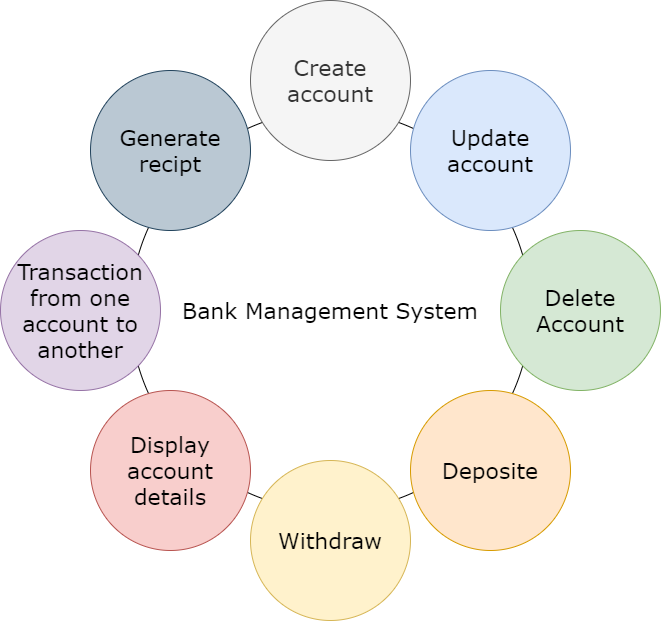
Earlier version of the draw.io export 1_Requirements/system.png (priyankabb153/LTTS_Mini_project). Source tidied: cells renumbered, new cells last; positions are measured from the earlier drawing's top-left corner, leaving out a move shared by most shapes.
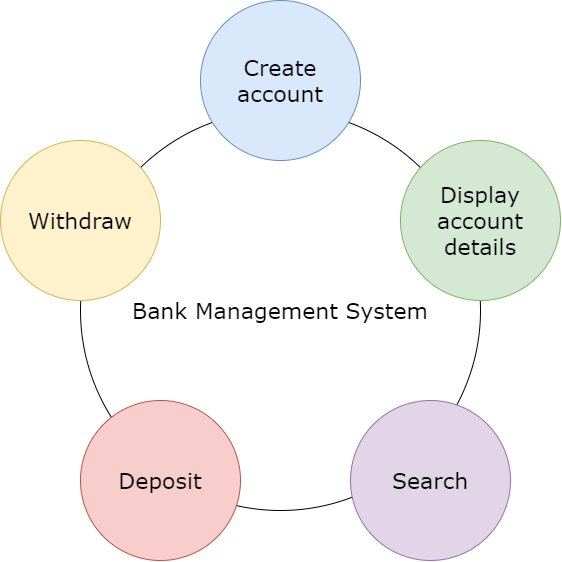
After the commit.

Commit message:
system  diagram updated

The edit, as a diff of the source:
```diff
@@ -5,29 +5,20 @@
     <mxCell id="2" value="Bank Management System" style="ellipse;whiteSpace=wrap;html=1;rounded=0;shadow=0;dashed=0;comic=0;fontFamily=Verdana;fontSize=22;" parent="1" vertex="1">
       <mxGeometry x="130" y="110" width="400" height="400" as="geometry" />
     </mxCell>
-    <mxCell id="3" value="Create account" style="ellipse;whiteSpace=wrap;html=1;rounded=0;shadow=0;dashed=0;comic=0;fontFamily=Verdana;fontSize=22;fillColor=#f5f5f5;strokeColor=#666666;fontColor=#333333;" parent="1" vertex="1">
+    <mxCell id="3" value="Create account" style="ellipse;whiteSpace=wrap;html=1;rounded=0;shadow=0;dashed=0;comic=0;fontFamily=Verdana;fontSize=22;fillColor=#dae8fc;strokeColor=#6c8ebf;" parent="1" vertex="1">
       <mxGeometry x="250" width="160" height="160" as="geometry" />
     </mxCell>
-    <mxCell id="4" value="Transaction from one account to another" style="ellipse;whiteSpace=wrap;html=1;rounded=0;shadow=0;dashed=0;comic=0;fontFamily=Verdana;fontSize=22;fillColor=#e1d5e7;strokeColor=#9673a6;" parent="1" vertex="1">
-      <mxGeometry y="230" width="160" height="160" as="geometry" />
-    </mxCell>
     <mxCell id="5" value="Withdraw" style="ellipse;whiteSpace=wrap;html=1;rounded=0;shadow=0;dashed=0;comic=0;fontFamily=Verdana;fontSize=22;fillColor=#fff2cc;strokeColor=#d6b656;" parent="1" vertex="1">
-      <mxGeometry x="250" y="460" width="160" height="160" as="geometry" />
+      <mxGeometry x="50" y="140" width="160" height="160" as="geometry" />
     </mxCell>
-    <mxCell id="6" value="Update account" style="ellipse;whiteSpace=wrap;html=1;rounded=0;shadow=0;dashed=0;comic=0;fontFamily=Verdana;fontSize=22;fillColor=#dae8fc;strokeColor=#6c8ebf;" parent="1" vertex="1">
-      <mxGeometry x="410" y="70" width="160" height="160" as="geometry" />
-    </mxCell>
-    <mxCell id="7" value="Display account details" style="ellipse;whiteSpace=wrap;html=1;rounded=0;shadow=0;dashed=0;comic=0;fontFamily=Verdana;fontSize=22;fillColor=#f8cecc;strokeColor=#b85450;" parent="1" vertex="1">
-      <mxGeometry x="90" y="390" width="160" height="160" as="geometry" />
+    <mxCell id="7" value="Display account details" style="ellipse;whiteSpace=wrap;html=1;rounded=0;shadow=0;dashed=0;comic=0;fontFamily=Verdana;fontSize=22;fillColor=#d5e8d4;strokeColor=#82b366;" parent="1" vertex="1">
+      <mxGeometry x="450" y="140" width="160" height="160" as="geometry" />
     </mxCell>
-    <mxCell id="8" value="Generate recipt" style="ellipse;whiteSpace=wrap;html=1;rounded=0;shadow=0;dashed=0;comic=0;fontFamily=Verdana;fontSize=22;fillColor=#bac8d3;strokeColor=#23445d;" parent="1" vertex="1">
-      <mxGeometry x="90" y="70" width="160" height="160" as="geometry" />
+    <mxCell id="8" value="Search" style="ellipse;whiteSpace=wrap;html=1;rounded=0;shadow=0;dashed=0;comic=0;fontFamily=Verdana;fontSize=22;fillColor=#e1d5e7;strokeColor=#9673a6;" parent="1" vertex="1">
+      <mxGeometry x="400" y="400" width="160" height="160" as="geometry" />
     </mxCell>
-    <mxCell id="9" value="Delete&lt;br&gt;Account" style="ellipse;whiteSpace=wrap;html=1;rounded=0;shadow=0;dashed=0;comic=0;fontFamily=Verdana;fontSize=22;fillColor=#d5e8d4;strokeColor=#82b366;" parent="1" vertex="1">
-      <mxGeometry x="500" y="230" width="160" height="160" as="geometry" />
-    </mxCell>
-    <mxCell id="10" value="Deposite" style="ellipse;whiteSpace=wrap;html=1;rounded=0;shadow=0;dashed=0;comic=0;fontFamily=Verdana;fontSize=22;fillColor=#ffe6cc;strokeColor=#d79b00;" parent="1" vertex="1">
-      <mxGeometry x="410" y="390" width="160" height="160" as="geometry" />
+    <mxCell id="10" value="Deposit" style="ellipse;whiteSpace=wrap;html=1;rounded=0;shadow=0;dashed=0;comic=0;fontFamily=Verdana;fontSize=22;fillColor=#f8cecc;strokeColor=#b85450;" parent="1" vertex="1">
+      <mxGeometry x="130" y="400" width="160" height="160" as="geometry" />
     </mxCell>
   </root>
 </mxGraphModel>
```
